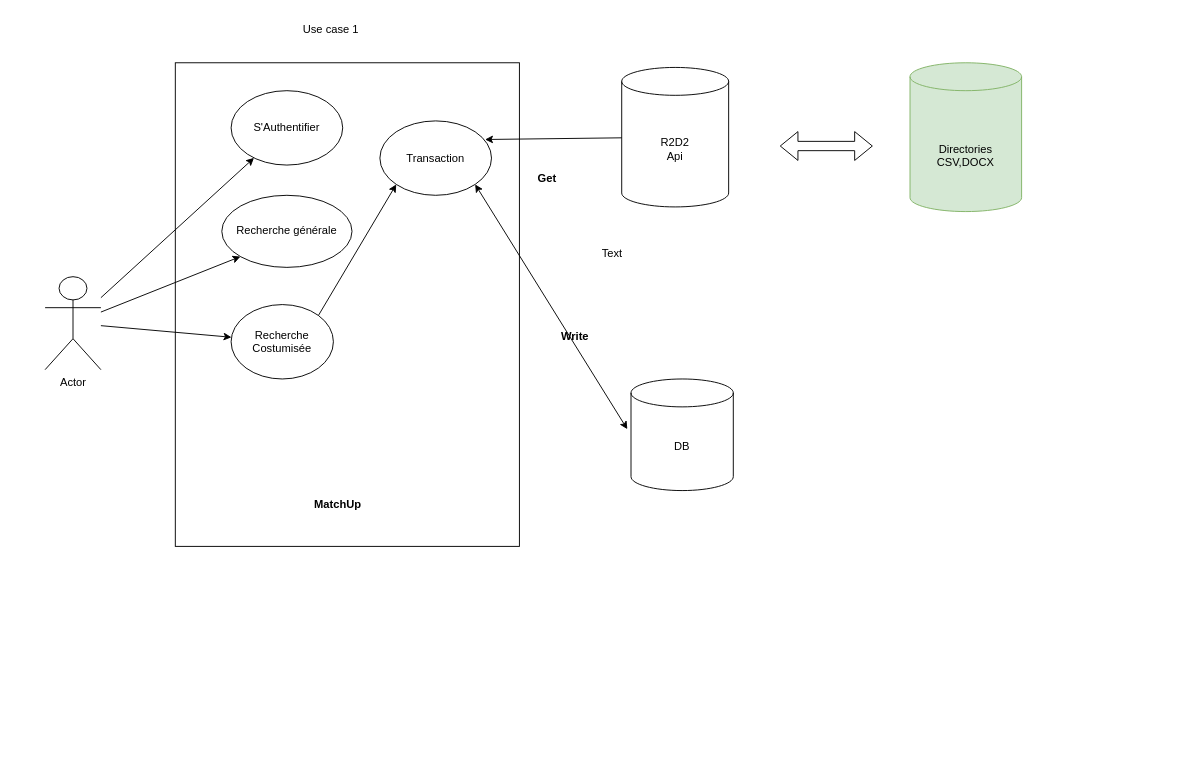
kali25-stack/kali25 keeps this draw.io diagram as Untitled Diagram.drawio. Above is the earlier version. Source tidied: cells renumbered, new cells numbered last; positions are measured from the earlier drawing's top-left corner, leaving out a move shared by most shapes. Both pictures are drawn from the tidied source at 93%, with x=0, y=0 at pixel (45, 16).
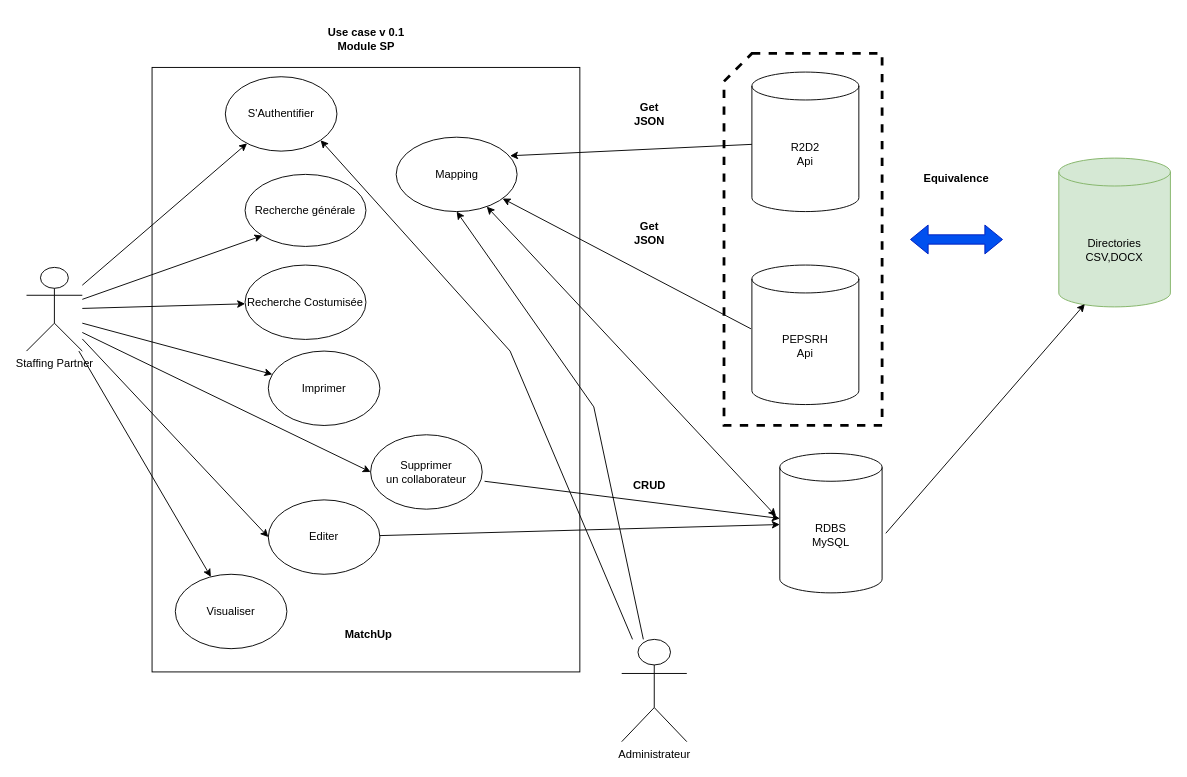
The same diagram, later.

What changed in the source:
```diff
@@
-    <mxCell id="2" value="Actor" style="shape=umlActor;verticalLabelPosition=bottom;verticalAlign=top;html=1;outlineConnect=0;" parent="1" vertex="1">
-      <mxGeometry y="280" width="60" height="100" as="geometry" />
-    </mxCell>
     <mxCell id="3" style="rounded=0;whiteSpace=wrap;html=1;" parent="1" vertex="1">
-      <mxGeometry x="140" y="50" width="370" height="520" as="geometry" />
+      <mxGeometry x="115" y="55" width="460" height="650" as="geometry" />
     </mxCell>
     <mxCell id="4" value="R2D2&lt;br&gt;Api" style="shape=cylinder3;whiteSpace=wrap;html=1;boundedLbl=1;backgroundOutline=1;size=15;" parent="1" vertex="1">
-      <mxGeometry x="620" y="55" width="115" height="150" as="geometry" />
+      <mxGeometry x="760" y="60" width="115" height="150" as="geometry" />
     </mxCell>
-    <mxCell id="5" value="DB" style="shape=cylinder3;whiteSpace=wrap;html=1;boundedLbl=1;backgroundOutline=1;size=15;" parent="1" vertex="1">
-      <mxGeometry x="630" y="390" width="110" height="120" as="geometry" />
+    <mxCell id="5" value="RDBS&lt;br&gt;MySQL" style="shape=cylinder3;whiteSpace=wrap;html=1;boundedLbl=1;backgroundOutline=1;size=15;" parent="1" vertex="1">
+      <mxGeometry x="790" y="470" width="110" height="150" as="geometry" />
     </mxCell>
     <mxCell id="6" value="Recherche générale" style="ellipse;whiteSpace=wrap;html=1;" parent="1" vertex="1">
-      <mxGeometry x="190" y="192.5" width="140" height="77.5" as="geometry" />
+      <mxGeometry x="215" y="170" width="130" height="77.5" as="geometry" />
     </mxCell>
     <mxCell id="7" value="Recherche Costumisée" style="ellipse;whiteSpace=wrap;html=1;" parent="1" vertex="1">
-      <mxGeometry x="200" y="310" width="110" height="80" as="geometry" />
+      <mxGeometry x="215" y="267.5" width="130" height="80" as="geometry" />
     </mxCell>
-    <mxCell id="8" style="endArrow=classic;html=1;rounded=0;entryX=0;entryY=1;entryDx=0;entryDy=0;" parent="1" edge="1" source="2" target="6">
+    <mxCell id="8" style="endArrow=classic;html=1;rounded=0;entryX=0;entryY=1;entryDx=0;entryDy=0;" parent="1" edge="1" source="23" target="6">
       <mxGeometry relative="1" as="geometry" />
     </mxCell>
-    <mxCell id="9" style="endArrow=classic;html=1;rounded=0;" parent="1" edge="1" source="2" target="7">
+    <mxCell id="9" style="endArrow=classic;html=1;rounded=0;" parent="1" edge="1" source="23" target="7">
       <mxGeometry relative="1" as="geometry" />
     </mxCell>
-    <mxCell id="10" value="Transaction" style="ellipse;whiteSpace=wrap;html=1;" parent="1" vertex="1">
-      <mxGeometry x="360" y="112.5" width="120" height="80" as="geometry" />
+    <mxCell id="10" value="Mapping" style="ellipse;whiteSpace=wrap;html=1;" parent="1" vertex="1">
+      <mxGeometry x="377.5" y="130" width="130" height="80" as="geometry" />
     </mxCell>
-    <mxCell id="11" style="endArrow=classic;html=1;rounded=0;exitX=1;exitY=0;exitDx=0;exitDy=0;entryX=0;entryY=1;entryDx=0;entryDy=0;" parent="1" edge="1" source="7" target="10">
-      <mxGeometry relative="1" as="geometry" />
-    </mxCell>
-    <mxCell id="12" value="Use case 1" style="text;html=1;strokeColor=none;fillColor=none;align=center;verticalAlign=middle;whiteSpace=wrap;rounded=0;" parent="1" vertex="1">
-      <mxGeometry x="260" width="95" height="30" as="geometry" />
+    <mxCell id="12" value="&lt;b&gt;Use case v 0.1&lt;br&gt;Module SP&lt;/b&gt;" style="text;html=1;strokeColor=none;fillColor=none;align=center;verticalAlign=middle;whiteSpace=wrap;rounded=0;" parent="1" vertex="1">
+      <mxGeometry x="298" y="10" width="95" height="30" as="geometry" />
     </mxCell>
@@
-    <mxCell id="14" value="&lt;b&gt;Get&lt;/b&gt;" style="text;html=1;strokeColor=none;fillColor=none;align=center;verticalAlign=middle;whiteSpace=wrap;rounded=0;" parent="1" vertex="1">
-      <mxGeometry x="510" y="160" width="60" height="30" as="geometry" />
+    <mxCell id="14" value="&lt;b&gt;Get&lt;br&gt;JSON&lt;br&gt;&lt;/b&gt;" style="text;html=1;strokeColor=none;fillColor=none;align=center;verticalAlign=middle;whiteSpace=wrap;rounded=0;" parent="1" vertex="1">
+      <mxGeometry x="620" y="90" width="60" height="30" as="geometry" />
     </mxCell>
-    <mxCell id="15" value="&lt;b&gt;Write&lt;/b&gt;" style="text;html=1;strokeColor=none;fillColor=none;align=center;verticalAlign=middle;whiteSpace=wrap;rounded=0;" parent="1" vertex="1">
-      <mxGeometry x="540" y="330" width="60" height="30" as="geometry" />
+    <mxCell id="15" value="&lt;b&gt;CRUD&lt;/b&gt;" style="text;html=1;strokeColor=none;fillColor=none;align=center;verticalAlign=middle;whiteSpace=wrap;rounded=0;" parent="1" vertex="1">
+      <mxGeometry x="620" y="490" width="60" height="30" as="geometry" />
     </mxCell>
     <mxCell id="16" value="&lt;br&gt;Directories&lt;br&gt;CSV,DOCX" style="shape=cylinder3;whiteSpace=wrap;html=1;boundedLbl=1;backgroundOutline=1;size=15;fillColor=#d5e8d4;strokeColor=#82b366;" parent="1" vertex="1">
-      <mxGeometry x="930" y="50" width="120" height="160" as="geometry" />
+      <mxGeometry x="1090" y="152.5" width="120" height="160" as="geometry" />
     </mxCell>
-    <mxCell id="17" style="shape=flexArrow;endArrow=classic;startArrow=classic;html=1;rounded=0;" parent="1" edge="1">
+    <mxCell id="17" style="shape=flexArrow;endArrow=classic;startArrow=classic;html=1;rounded=0;fillColor=#0050ef;strokeColor=#001DBC;" parent="1" edge="1">
       <mxGeometry relative="1" as="geometry">
-        <mxPoint x="790" y="139.5" as="sourcePoint" />
-        <mxPoint x="890" y="139.5" as="targetPoint" />
+        <mxPoint x="930" y="240" as="sourcePoint" />
+        <mxPoint x="1030" y="240" as="targetPoint" />
       </mxGeometry>
     </mxCell>
-    <mxCell id="18" style="endArrow=classic;startArrow=classic;html=1;rounded=0;exitX=1;exitY=1;exitDx=0;exitDy=0;entryX=-0.036;entryY=0.45;entryDx=0;entryDy=0;entryPerimeter=0;" parent="1" edge="1" source="10" target="5">
+    <mxCell id="18" style="endArrow=classic;startArrow=classic;html=1;rounded=0;entryX=-0.036;entryY=0.45;entryDx=0;entryDy=0;entryPerimeter=0;" parent="1" edge="1" source="10" target="5">
       <mxGeometry relative="1" as="geometry" />
     </mxCell>
     <mxCell id="19" value="&lt;b&gt;MatchUp&lt;/b&gt;" style="text;html=1;strokeColor=none;fillColor=none;align=center;verticalAlign=middle;whiteSpace=wrap;rounded=0;" parent="1" vertex="1">
-      <mxGeometry x="285" y="510" width="60" height="30" as="geometry" />
+      <mxGeometry x="317.5" y="650" width="60" height="30" as="geometry" />
     </mxCell>
-    <mxCell id="20" value="Text" style="text;html=1;strokeColor=none;fillColor=none;align=center;verticalAlign=middle;whiteSpace=wrap;rounded=0;" parent="1" vertex="1">
-      <mxGeometry x="580" y="240" width="60" height="30" as="geometry" />
-    </mxCell>
     <mxCell id="21" value="S'Authentifier" style="ellipse;whiteSpace=wrap;html=1;" parent="1" vertex="1">
-      <mxGeometry x="200" y="80" width="120" height="80" as="geometry" />
+      <mxGeometry x="193.8" y="65" width="120" height="80" as="geometry" />
     </mxCell>
-    <mxCell id="22" style="endArrow=classic;html=1;rounded=0;" parent="1" edge="1" source="2" target="21">
+    <mxCell id="22" style="endArrow=classic;html=1;rounded=0;" parent="1" edge="1" source="23" target="21">
       <mxGeometry relative="1" as="geometry" />
     </mxCell>
+    <mxCell id="23" value="Staffing Partner" style="shape=umlActor;verticalLabelPosition=bottom;verticalAlign=top;html=1;outlineConnect=0;" parent="1" vertex="1">
+      <mxGeometry x="-20" y="270" width="60" height="90" as="geometry" />
+    </mxCell>
+    <mxCell id="24" value="Editer" style="ellipse;whiteSpace=wrap;html=1;" parent="1" vertex="1">
+      <mxGeometry x="240" y="520" width="120" height="80" as="geometry" />
+    </mxCell>
+    <mxCell id="25" value="Visualiser" style="ellipse;whiteSpace=wrap;html=1;" parent="1" vertex="1">
+      <mxGeometry x="140" y="600" width="120" height="80" as="geometry" />
+    </mxCell>
+    <mxCell id="26" value="Imprimer" style="ellipse;whiteSpace=wrap;html=1;" parent="1" vertex="1">
+      <mxGeometry x="240" y="360" width="120" height="80" as="geometry" />
+    </mxCell>
+    <mxCell id="27" value="Supprimer&lt;br&gt;un collaborateur" style="ellipse;whiteSpace=wrap;html=1;" parent="1" vertex="1">
+      <mxGeometry x="350" y="450" width="120" height="80" as="geometry" />
+    </mxCell>
+    <mxCell id="28" value="PEPSRH&lt;br&gt;Api" style="shape=cylinder3;whiteSpace=wrap;html=1;boundedLbl=1;backgroundOutline=1;size=15;" parent="1" vertex="1">
+      <mxGeometry x="760" y="267.5" width="115" height="150" as="geometry" />
+    </mxCell>
+    <mxCell id="29" style="endArrow=classic;html=1;rounded=0;entryX=0;entryY=0.5;entryDx=0;entryDy=0;" parent="1" edge="1" source="23" target="24">
+      <mxGeometry relative="1" as="geometry" />
+    </mxCell>
+    <mxCell id="30" style="endArrow=classic;html=1;rounded=0;" parent="1" edge="1" source="23" target="25">
+      <mxGeometry relative="1" as="geometry" />
+    </mxCell>
+    <mxCell id="31" style="endArrow=classic;html=1;rounded=0;" parent="1" edge="1" target="26">
+      <mxGeometry relative="1" as="geometry">
+        <mxPoint x="40" y="330" as="sourcePoint" />
+      </mxGeometry>
+    </mxCell>
+    <mxCell id="32" style="endArrow=classic;html=1;rounded=0;exitX=-0.009;exitY=0.457;exitDx=0;exitDy=0;exitPerimeter=0;" parent="1" edge="1" source="28" target="10">
+      <mxGeometry relative="1" as="geometry" />
+    </mxCell>
+    <mxCell id="33" value="&lt;b&gt;Get&lt;br&gt;JSON&lt;br&gt;&lt;/b&gt;" style="text;html=1;strokeColor=none;fillColor=none;align=center;verticalAlign=middle;whiteSpace=wrap;rounded=0;" parent="1" vertex="1">
+      <mxGeometry x="620" y="217.5" width="60" height="30" as="geometry" />
+    </mxCell>
+    <mxCell id="34" style="endArrow=classic;html=1;rounded=0;entryX=0;entryY=0.5;entryDx=0;entryDy=0;" parent="1" edge="1" target="27">
+      <mxGeometry relative="1" as="geometry">
+        <mxPoint x="40" y="340" as="sourcePoint" />
+      </mxGeometry>
+    </mxCell>
+    <mxCell id="35" style="shape=card;whiteSpace=wrap;html=1;gradientColor=none;shadow=0;dashed=1;fillColor=none;strokeWidth=3;" parent="1" vertex="1">
+      <mxGeometry x="730" y="40" width="170" height="400" as="geometry" />
+    </mxCell>
+    <mxCell id="36" value="&lt;b&gt;Equivalence&lt;/b&gt;" style="text;html=1;strokeColor=none;fillColor=none;align=center;verticalAlign=middle;whiteSpace=wrap;rounded=0;" parent="1" vertex="1">
+      <mxGeometry x="950" y="160" width="60" height="30" as="geometry" />
+    </mxCell>
+    <mxCell id="37" style="endArrow=classic;html=1;rounded=0;exitX=1.021;exitY=0.625;exitDx=0;exitDy=0;exitPerimeter=0;" parent="1" edge="1" source="27">
+      <mxGeometry relative="1" as="geometry">
+        <mxPoint x="790" y="540" as="targetPoint" />
+      </mxGeometry>
+    </mxCell>
+    <mxCell id="38" style="endArrow=classic;html=1;rounded=0;" parent="1" edge="1" source="24" target="5">
+      <mxGeometry relative="1" as="geometry" />
+    </mxCell>
+    <mxCell id="39" value="Administrateur" style="shape=umlActor;verticalLabelPosition=bottom;verticalAlign=top;html=1;outlineConnect=0;" parent="1" vertex="1">
+      <mxGeometry x="620" y="670" width="70" height="110" as="geometry" />
+    </mxCell>
+    <mxCell id="40" style="endArrow=classic;html=1;rounded=0;entryX=0.5;entryY=1;entryDx=0;entryDy=0;" parent="1" edge="1" source="39" target="10">
+      <mxGeometry relative="1" as="geometry">
+        <Array as="points">
+          <mxPoint x="590" y="420" />
+        </Array>
+      </mxGeometry>
+    </mxCell>
+    <mxCell id="41" style="endArrow=classic;html=1;rounded=0;entryX=1;entryY=1;entryDx=0;entryDy=0;" parent="1" edge="1" source="39" target="21">
+      <mxGeometry relative="1" as="geometry">
+        <Array as="points">
+          <mxPoint x="500" y="360" />
+        </Array>
+      </mxGeometry>
+    </mxCell>
+    <mxCell id="42" style="endArrow=classic;html=1;rounded=0;entryX=0.233;entryY=0.981;entryDx=0;entryDy=0;entryPerimeter=0;exitX=1.036;exitY=0.573;exitDx=0;exitDy=0;exitPerimeter=0;" parent="1" edge="1" source="5" target="16">
+      <mxGeometry relative="1" as="geometry" />
+    </mxCell>
```
